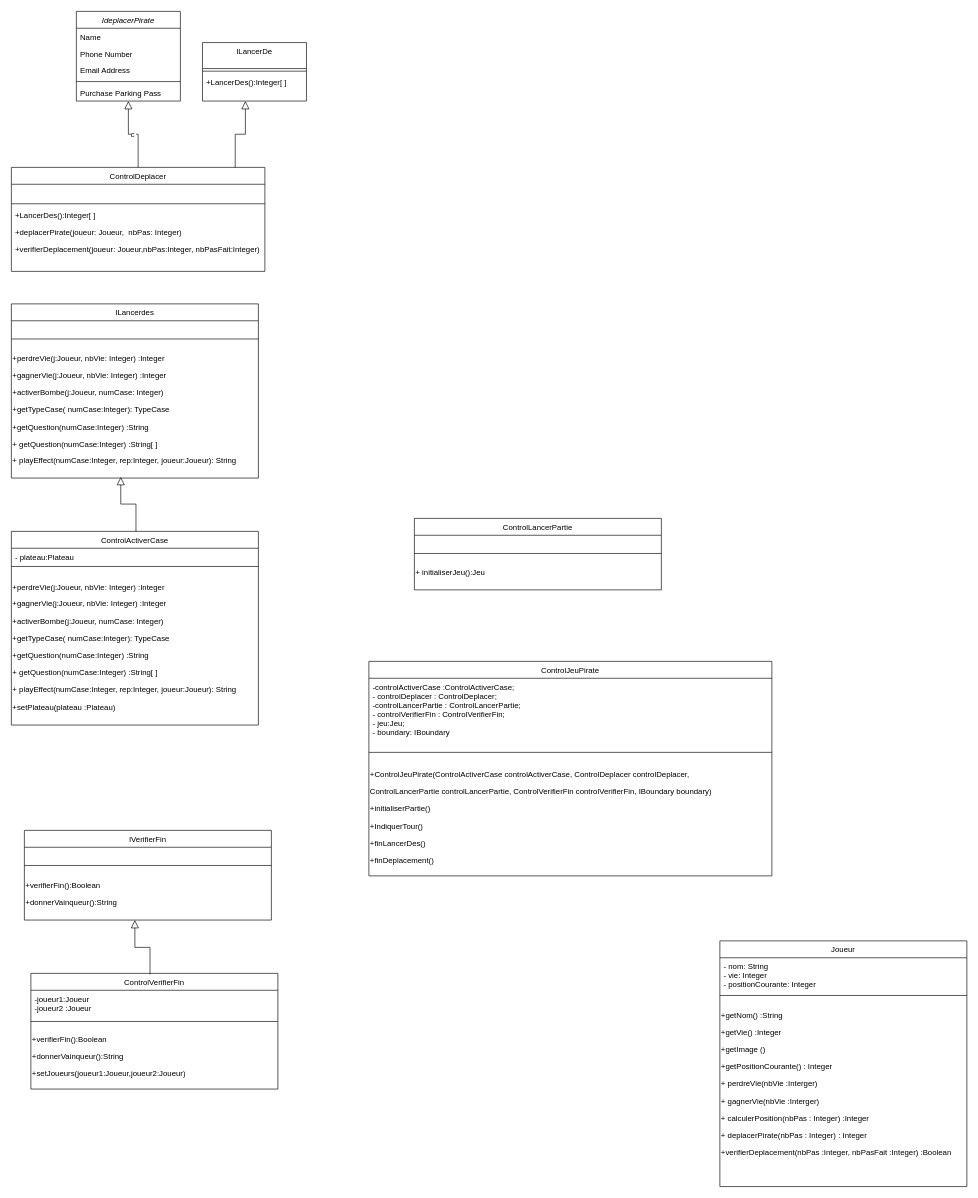
dina-ups/tp1poo keeps this draw.io diagram as Diagramme sans nom.drawio. Above is the earlier version. Source tidied: cells renumbered, new cells numbered last; positions are measured from the earlier drawing's top-left corner, leaving out a move shared by most shapes. Both pictures are drawn from the tidied source at 65%, with x=0, y=0 at pixel (11, 11).
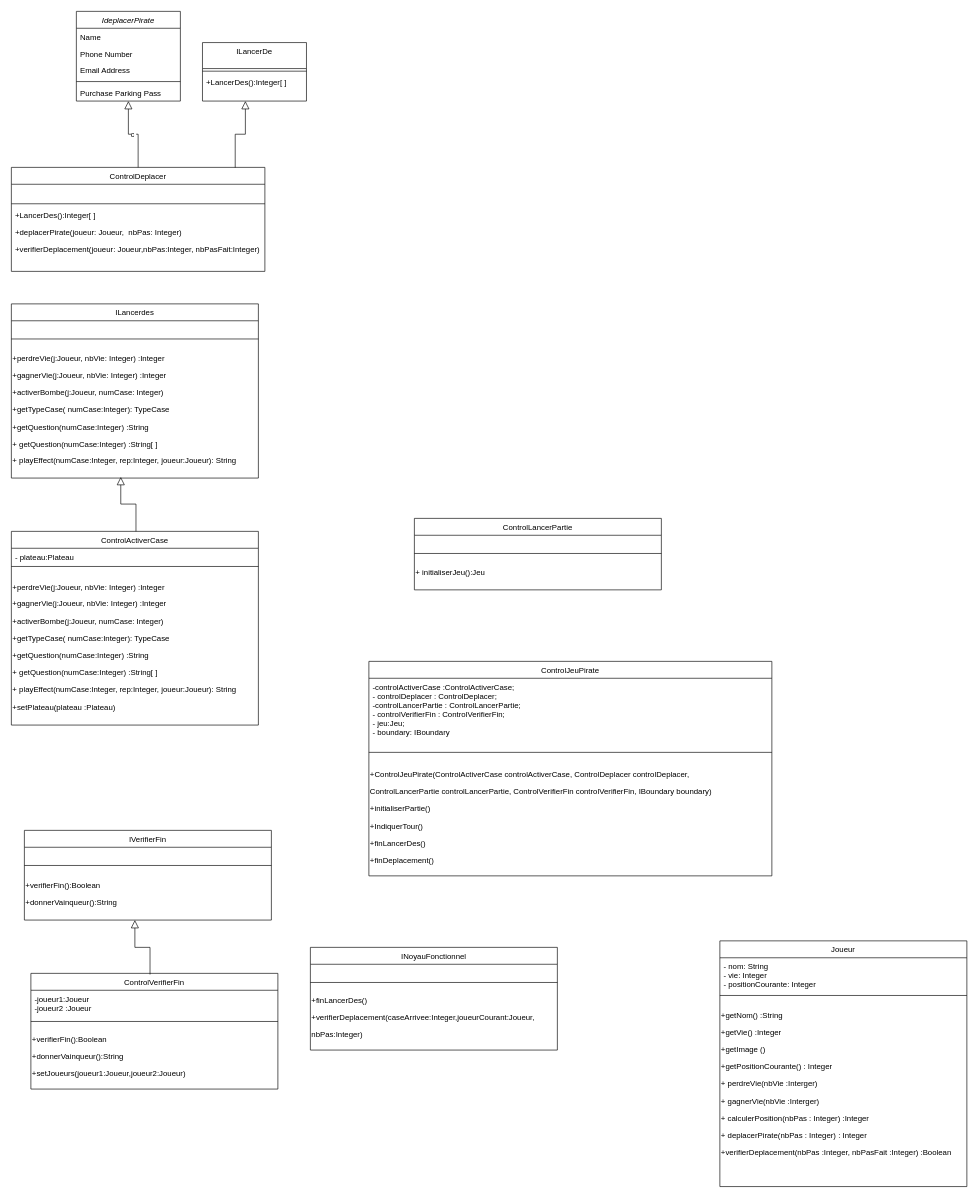
The same page after the edit.

Commit message (it also covers changes not shown here):
Mettre à jour Diagramme sans nom.drawio

What changed in the source:
```diff
@@
+    <mxCell id="49" value="INoyauFonctionnel" style="swimlane;fontStyle=0;align=center;verticalAlign=top;horizontal=1;startSize=26;rounded=0;shadow=0;strokeWidth=1;" parent="1" vertex="1">
+      <mxGeometry x="460" y="1440" width="380" height="158" as="geometry" />
+    </mxCell>
+    <mxCell id="50" value="                                " style="text;align=left;verticalAlign=top;spacingLeft=4;spacingRight=4;overflow=hidden;" parent="49" vertex="1">
+      <mxGeometry y="26" width="380" height="24" as="geometry" />
+    </mxCell>
+    <mxCell id="51" style="line;html=1;strokeWidth=1;align=left;verticalAlign=middle;spacingTop=-1;spacingLeft=3;spacingRight=3;labelPosition=right;" parent="49" vertex="1">
+      <mxGeometry y="50" width="380" height="8" as="geometry" />
+    </mxCell>
+    <mxCell id="52" value="&lt;p class=&quot;MsoNormal&quot;&gt;+finLancerDes()&lt;/p&gt;&lt;p class=&quot;MsoNormal&quot;&gt;&lt;span style=&quot;background-color: initial;&quot;&gt;+&lt;/span&gt;&lt;span style=&quot;background-color: initial;&quot;&gt;verifierDeplacement(caseArrivee:Integer,joueurCourant:Joueur,&amp;nbsp;&lt;/span&gt;&lt;/p&gt;&lt;p class=&quot;MsoNormal&quot;&gt;&lt;span style=&quot;background-color: initial;&quot;&gt;nbPas:Integer)&lt;/span&gt;&lt;/p&gt;" style="text;html=1;align=left;verticalAlign=middle;strokeColor=none;fillColor=none;" parent="49" vertex="1">
+      <mxGeometry y="58" width="380" height="100" as="geometry" />
+    </mxCell>
```
